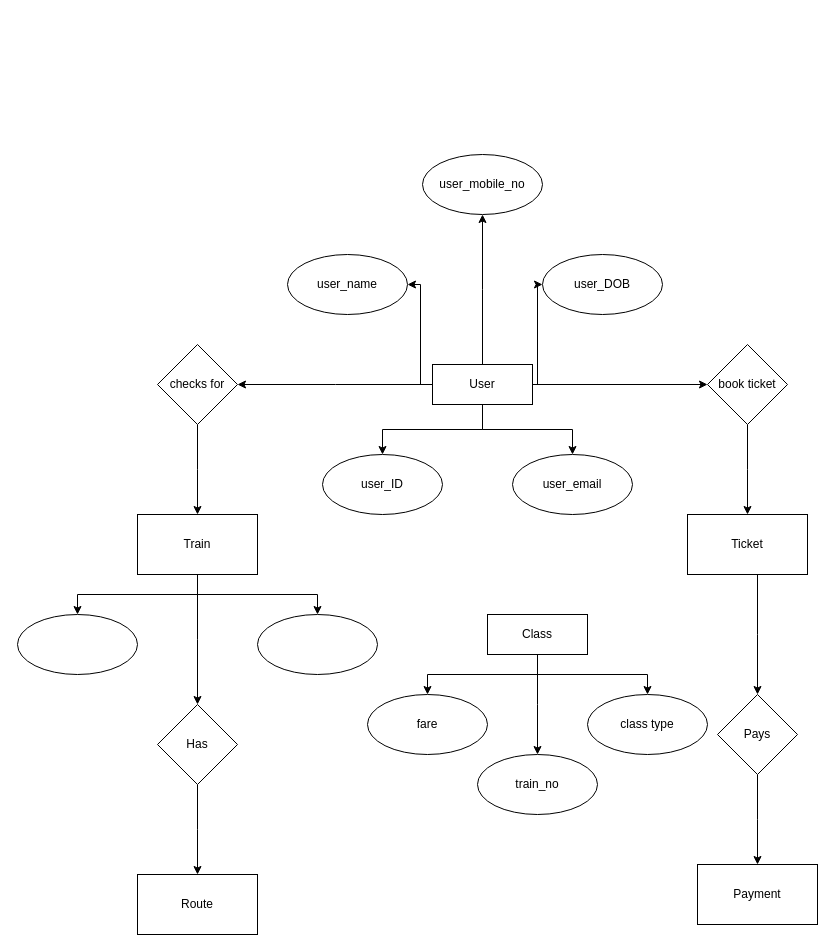
Before: ER Diagrams/ERdiagram1.drawio in IshaanArora18/Diagrams, a draw.io diagram. Source tidied: cells renumbered, new cells numbered last; positions are measured from the earlier drawing's top-left corner, leaving out a move shared by most shapes. Both pictures are drawn from the tidied source at 100%, with x=0, y=0 at pixel (17, 154).
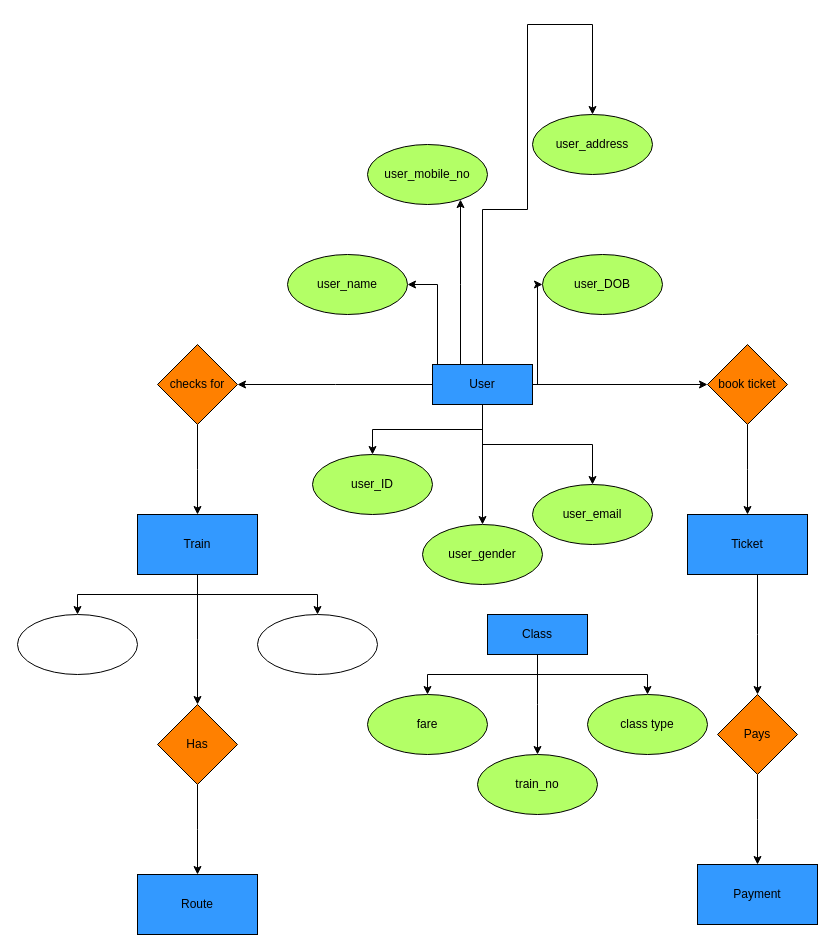
After the change.

What changed in the source:
```diff
@@
     <mxCell id="6" style="edgeStyle=elbowEdgeStyle;rounded=0;jettySize=auto;html=1;" parent="1" edge="1" source="9" target="37">
-      <mxGeometry relative="1" as="geometry" />
+      <mxGeometry relative="1" as="geometry">
+        <Array as="points">
+          <mxPoint x="420" y="200" />
+        </Array>
+      </mxGeometry>
     </mxCell>
@@
+    <mxCell id="40" style="edgeStyle=orthogonalEdgeStyle;rounded=0;jettySize=auto;html=1;" parent="1" edge="1" source="9" target="42">
+      <mxGeometry relative="1" as="geometry" />
+    </mxCell>
+    <mxCell id="41" style="edgeStyle=orthogonalEdgeStyle;rounded=0;jettySize=auto;html=1;" parent="1" edge="1" source="9" target="43">
+      <mxGeometry relative="1" as="geometry">
+        <Array as="points">
+          <mxPoint x="465" y="55" />
+          <mxPoint x="510" y="55" />
+          <mxPoint x="510" y="-130" />
+          <mxPoint x="575" y="-130" />
+        </Array>
+      </mxGeometry>
+    </mxCell>
-    <mxCell id="9" value="User" style="whiteSpace=wrap;html=1;align=center;" parent="1" vertex="1">
+    <mxCell id="9" value="User" style="whiteSpace=wrap;html=1;align=center;fillColor=#3399FF;" parent="1" vertex="1">
       <mxGeometry x="415" y="210" width="100" height="40" as="geometry" />
     </mxCell>
-    <mxCell id="10" value="user_ID" style="ellipse;whiteSpace=wrap;html=1;" parent="1" vertex="1">
-      <mxGeometry x="305" y="300" width="120" height="60" as="geometry" />
+    <mxCell id="10" value="user_ID" style="ellipse;whiteSpace=wrap;html=1;fillColor=#B3FF66;" parent="1" vertex="1">
+      <mxGeometry x="295" y="300" width="120" height="60" as="geometry" />
     </mxCell>
-    <mxCell id="11" value="user_email" style="ellipse;whiteSpace=wrap;html=1;" parent="1" vertex="1">
-      <mxGeometry x="495" y="300" width="120" height="60" as="geometry" />
+    <mxCell id="11" value="user_email" style="ellipse;whiteSpace=wrap;html=1;fillColor=#B3FF66;" parent="1" vertex="1">
+      <mxGeometry x="515" y="330" width="120" height="60" as="geometry" />
     </mxCell>
@@
-    <mxCell id="13" value="book ticket" style="rhombus;whiteSpace=wrap;html=1;" parent="1" vertex="1">
+    <mxCell id="13" value="book ticket" style="rhombus;whiteSpace=wrap;html=1;fillColor=#FF8000;" parent="1" vertex="1">
       <mxGeometry x="690" y="190" width="80" height="80" as="geometry" />
     </mxCell>
@@
-    <mxCell id="15" value="checks for" style="rhombus;whiteSpace=wrap;html=1;" parent="1" vertex="1">
+    <mxCell id="15" value="checks for" style="rhombus;whiteSpace=wrap;html=1;fillColor=#FF8000;" parent="1" vertex="1">
       <mxGeometry x="140" y="190" width="80" height="80" as="geometry" />
     </mxCell>
@@
-    <mxCell id="19" value="Train" style="whiteSpace=wrap;html=1;" parent="1" vertex="1">
+    <mxCell id="19" value="Train" style="whiteSpace=wrap;html=1;fillColor=#3399FF;" parent="1" vertex="1">
       <mxGeometry x="120" y="360" width="120" height="60" as="geometry" />
     </mxCell>
@@
-    <mxCell id="21" value="Ticket" style="whiteSpace=wrap;html=1;" parent="1" vertex="1">
+    <mxCell id="21" value="Ticket" style="whiteSpace=wrap;html=1;fillColor=#3399FF;" parent="1" vertex="1">
       <mxGeometry x="670" y="360" width="120" height="60" as="geometry" />
     </mxCell>
@@
-    <mxCell id="25" value="Has" style="rhombus;whiteSpace=wrap;html=1;" parent="1" vertex="1">
+    <mxCell id="25" value="Has" style="rhombus;whiteSpace=wrap;html=1;fillColor=#FF8000;" parent="1" vertex="1">
       <mxGeometry x="140" y="550" width="80" height="80" as="geometry" />
     </mxCell>
@@
-    <mxCell id="27" value="Pays" style="rhombus;whiteSpace=wrap;html=1;" parent="1" vertex="1">
+    <mxCell id="27" value="Pays" style="rhombus;whiteSpace=wrap;html=1;fillColor=#FF8000;" parent="1" vertex="1">
       <mxGeometry x="700" y="540" width="80" height="80" as="geometry" />
     </mxCell>
-    <mxCell id="28" value="Payment" style="whiteSpace=wrap;html=1;" parent="1" vertex="1">
+    <mxCell id="28" value="Payment" style="whiteSpace=wrap;html=1;fillColor=#3399FF;" parent="1" vertex="1">
       <mxGeometry x="680" y="710" width="120" height="60" as="geometry" />
     </mxCell>
@@
-    <mxCell id="32" value="Class" style="whiteSpace=wrap;html=1;align=center;" parent="1" vertex="1">
+    <mxCell id="32" value="Class" style="whiteSpace=wrap;html=1;align=center;fillColor=#3399FF;" parent="1" vertex="1">
       <mxGeometry x="470" y="460" width="100" height="40" as="geometry" />
     </mxCell>
-    <mxCell id="33" value="Route" style="whiteSpace=wrap;html=1;" parent="1" vertex="1">
+    <mxCell id="33" value="Route" style="whiteSpace=wrap;html=1;fillColor=#3399FF;" parent="1" vertex="1">
       <mxGeometry x="120" y="720" width="120" height="60" as="geometry" />
     </mxCell>
-    <mxCell id="34" value="fare" style="ellipse;whiteSpace=wrap;html=1;" parent="1" vertex="1">
+    <mxCell id="34" value="fare" style="ellipse;whiteSpace=wrap;html=1;fillColor=#B3FF66;" parent="1" vertex="1">
       <mxGeometry x="350" y="540" width="120" height="60" as="geometry" />
     </mxCell>
-    <mxCell id="35" value="train_no" style="ellipse;whiteSpace=wrap;html=1;" parent="1" vertex="1">
+    <mxCell id="35" value="train_no" style="ellipse;whiteSpace=wrap;html=1;fillColor=#B3FF66;" parent="1" vertex="1">
       <mxGeometry x="460" y="600" width="120" height="60" as="geometry" />
     </mxCell>
-    <mxCell id="36" value="class type" style="ellipse;whiteSpace=wrap;html=1;" parent="1" vertex="1">
+    <mxCell id="36" value="class type" style="ellipse;whiteSpace=wrap;html=1;fillColor=#B3FF66;" parent="1" vertex="1">
       <mxGeometry x="570" y="540" width="120" height="60" as="geometry" />
     </mxCell>
-    <mxCell id="37" value="user_name" style="ellipse;whiteSpace=wrap;html=1;" parent="1" vertex="1">
+    <mxCell id="37" value="user_name" style="ellipse;whiteSpace=wrap;html=1;fillColor=#B3FF66;" parent="1" vertex="1">
       <mxGeometry x="270" y="100" width="120" height="60" as="geometry" />
     </mxCell>
-    <mxCell id="38" value="user_mobile_no" style="ellipse;whiteSpace=wrap;html=1;" parent="1" vertex="1">
-      <mxGeometry x="405" width="120" height="60" as="geometry" />
+    <mxCell id="38" value="user_mobile_no" style="ellipse;whiteSpace=wrap;html=1;fillColor=#B3FF66;" parent="1" vertex="1">
+      <mxGeometry x="350" y="-10" width="120" height="60" as="geometry" />
     </mxCell>
-    <mxCell id="39" value="user_DOB" style="ellipse;whiteSpace=wrap;html=1;" parent="1" vertex="1">
+    <mxCell id="39" value="user_DOB" style="ellipse;whiteSpace=wrap;html=1;fillColor=#B3FF66;" parent="1" vertex="1">
       <mxGeometry x="525" y="100" width="120" height="60" as="geometry" />
     </mxCell>
+    <mxCell id="42" value="user_gender" style="ellipse;whiteSpace=wrap;html=1;fillColor=#B3FF66;" parent="1" vertex="1">
+      <mxGeometry x="405" y="370" width="120" height="60" as="geometry" />
+    </mxCell>
+    <mxCell id="43" value="user_address" style="ellipse;whiteSpace=wrap;html=1;fillColor=#B3FF66;" parent="1" vertex="1">
+      <mxGeometry x="515" y="-40" width="120" height="60" as="geometry" />
+    </mxCell>
```
